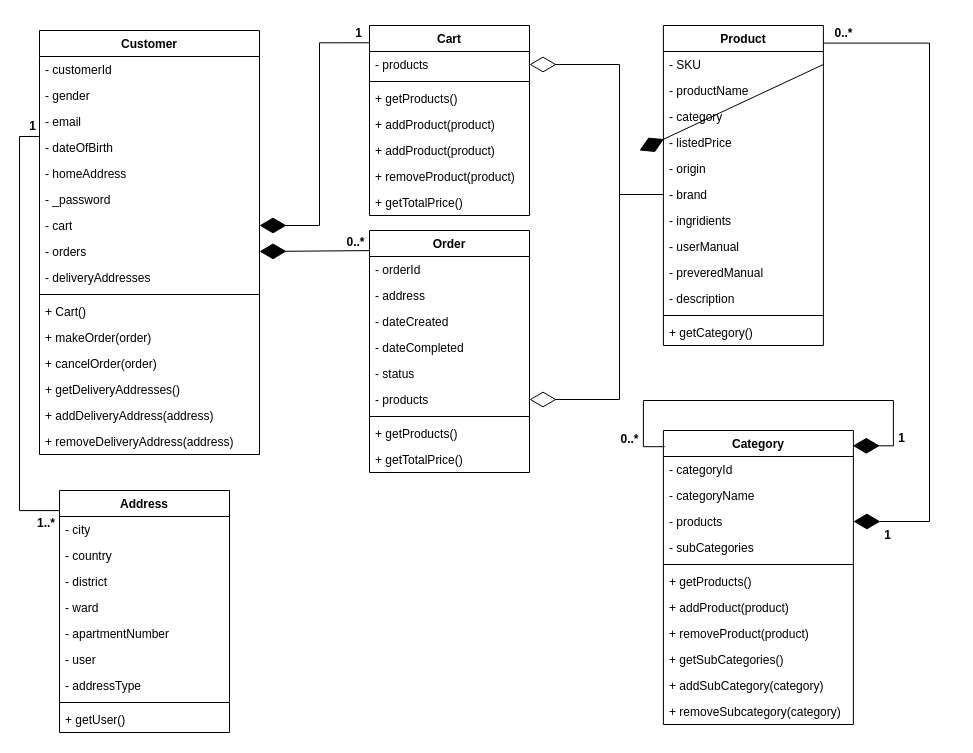
The draw.io diagram page "Class Diagram" (4 of 9) of __document/diagram/PBL03.drawio in BlenDMinh/PBL03, before the edit. Source tidied: cells renumbered, new cells numbered last; positions are measured from the earlier drawing's top-left corner, leaving out a move shared by most shapes. Both pictures are drawn from the tidied source at 100%, with x=0, y=0 at pixel (17, 18).
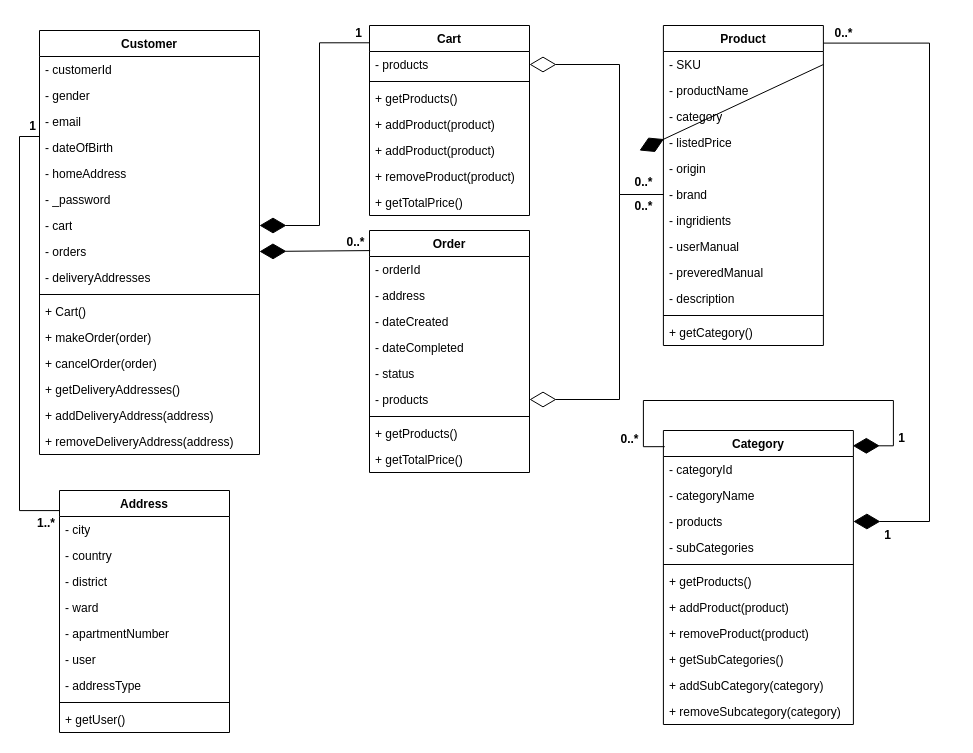
Above is the later version.

Change to the diagram source:
```diff
@@
+    <mxCell id="88" value="0..*" style="text;html=1;align=center;verticalAlign=middle;strokeColor=none;fillColor=none;fontStyle=1;" parent="1" vertex="1">
+      <mxGeometry x="605.9" y="173" width="40" height="30" as="geometry" />
+    </mxCell>
+    <mxCell id="89" value="0..*" style="text;html=1;align=center;verticalAlign=middle;strokeColor=none;fillColor=none;fontStyle=1;" parent="1" vertex="1">
+      <mxGeometry x="605.9" y="149" width="40" height="30" as="geometry" />
+    </mxCell>
```
